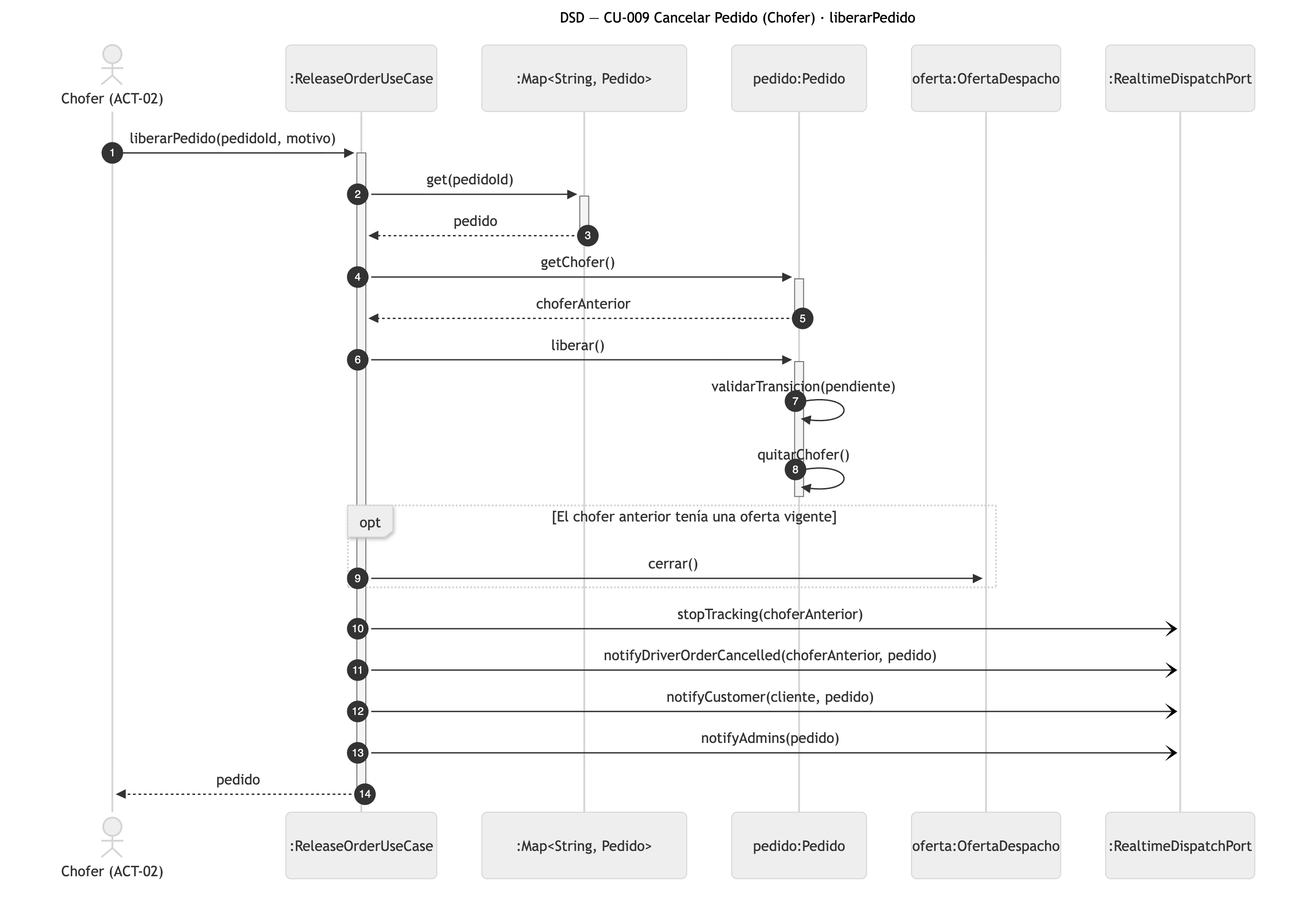
The Mermaid diagram diagramas/png/DSD_CU-009_liberarPedido.png in Nahuelito-Dev/splg-docs, before a commit. Its source is kept beside it as diagramas/DSD_CU-009_liberarPedido.mmd. Source of this version:
```mermaid
sequenceDiagram
    title DSD — CU-009 Cancelar Pedido (Chofer) · liberarPedido
    autonumber
    actor CHF as Chofer (ACT-02)
    participant REL as :ReleaseOrderUseCase
    participant COL as :Map#lt;String, Pedido#gt;
    participant PED as pedido:Pedido
    participant OFE as oferta:OfertaDespacho
    participant RT as :RealtimeDispatchPort

    CHF->>+REL: liberarPedido(pedidoId, motivo)
    REL->>+COL: get(pedidoId)
    COL-->>-REL: pedido
    REL->>+PED: getChofer()
    PED-->>-REL: choferAnterior
    REL->>+PED: liberar()
    PED->>PED: validarTransicion(pendiente)
    PED->>PED: quitarChofer()
    deactivate PED
    opt El chofer anterior tenía una oferta vigente
        REL->>OFE: cerrar()
    end
    REL-)RT: stopTracking(choferAnterior)
    REL-)RT: notifyDriverOrderCancelled(choferAnterior, pedido)
    REL-)RT: notifyCustomer(cliente, pedido)
    REL-)RT: notifyAdmins(pedido)
    REL-->>-CHF: pedido
```
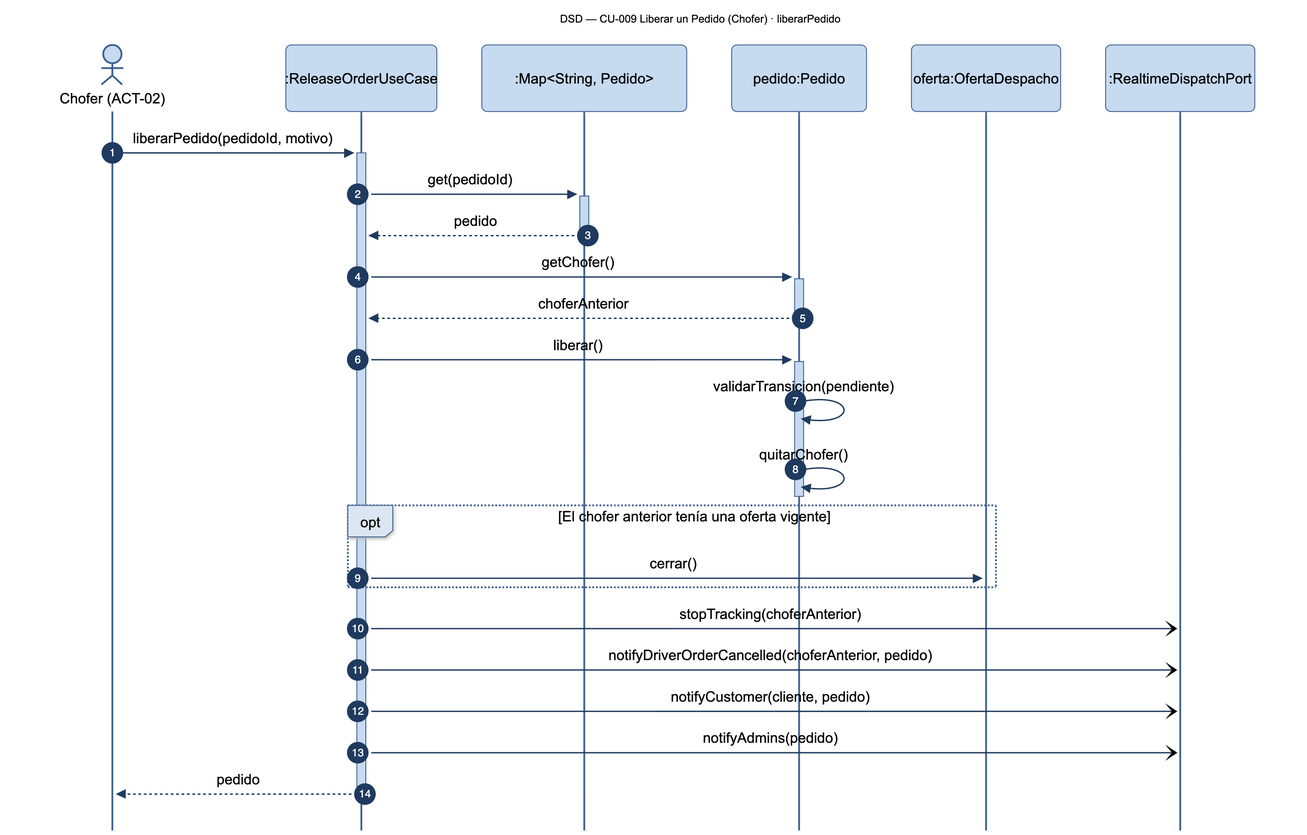
The same diagram one commit later.

Diff of the diagram source:
```diff
@@ -1,5 +1,5 @@
 sequenceDiagram
-    title DSD — CU-009 Cancelar Pedido (Chofer) · liberarPedido
+    title DSD — CU-009 Liberar un Pedido (Chofer) · liberarPedido
     autonumber
     actor CHF as Chofer (ACT-02)
     participant REL as :ReleaseOrderUseCase
```
